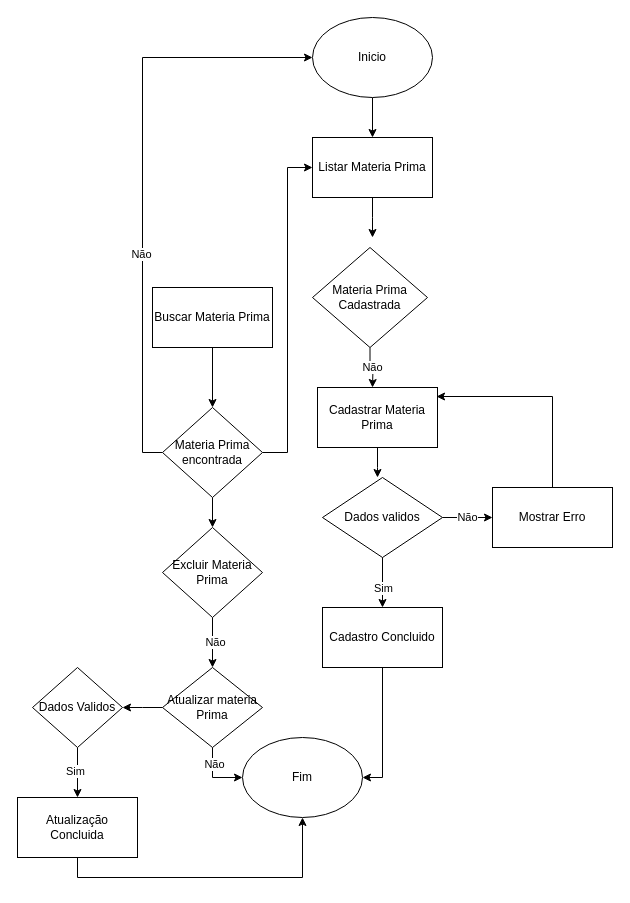
Earlier version of the draw.io diagram page "Página-3" (3 of 10) of doc/fluxograma.drawio (pati573022/avatarapp). Source tidied: cells renumbered, new cells numbered last; positions are measured from the earlier drawing's top-left corner, leaving out a move shared by most shapes. Both pictures are drawn from the tidied source at 100%, with x=0, y=0 at pixel (17, 17).
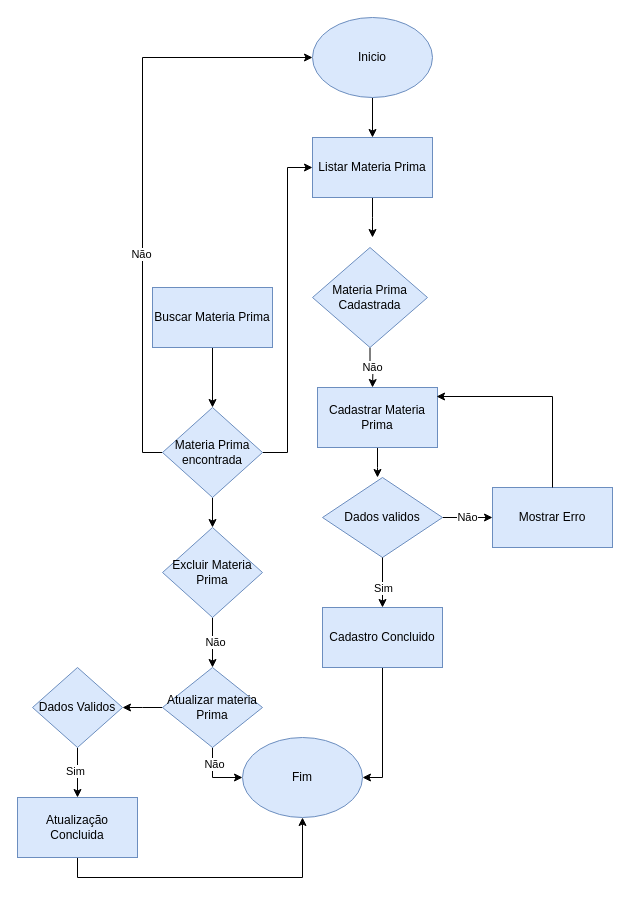
The same page after the edit.

The edit, as a diff of the source:
```diff
@@
-    <mxCell id="3" value="Inicio" style="ellipse;whiteSpace=wrap;html=1;" parent="1" vertex="1">
+    <mxCell id="3" value="Inicio" style="ellipse;whiteSpace=wrap;html=1;fillColor=#dae8fc;strokeColor=#6c8ebf;" parent="1" vertex="1">
       <mxGeometry x="295" width="120" height="80" as="geometry" />
     </mxCell>
@@
-    <mxCell id="5" value="Listar Materia Prima" style="rounded=0;whiteSpace=wrap;html=1;" parent="1" vertex="1">
+    <mxCell id="5" value="Listar Materia Prima" style="rounded=0;whiteSpace=wrap;html=1;fillColor=#dae8fc;strokeColor=#6c8ebf;" parent="1" vertex="1">
       <mxGeometry x="295" y="120" width="120" height="60" as="geometry" />
     </mxCell>
@@
-    <mxCell id="7" value="Materia Prima Cadastrada" style="rhombus;whiteSpace=wrap;html=1;" parent="1" vertex="1">
+    <mxCell id="7" value="Materia Prima Cadastrada" style="rhombus;whiteSpace=wrap;html=1;fillColor=#dae8fc;strokeColor=#6c8ebf;" parent="1" vertex="1">
       <mxGeometry x="295" y="230" width="115" height="100" as="geometry" />
     </mxCell>
@@
-    <mxCell id="9" value="Cadastrar Materia Prima" style="rounded=0;whiteSpace=wrap;html=1;" parent="1" vertex="1">
+    <mxCell id="9" value="Cadastrar Materia Prima" style="rounded=0;whiteSpace=wrap;html=1;fillColor=#dae8fc;strokeColor=#6c8ebf;" parent="1" vertex="1">
       <mxGeometry x="300" y="370" width="120" height="60" as="geometry" />
     </mxCell>
@@
-    <mxCell id="11" value="Dados validos" style="rhombus;whiteSpace=wrap;html=1;" parent="1" vertex="1">
+    <mxCell id="11" value="Dados validos" style="rhombus;whiteSpace=wrap;html=1;fillColor=#dae8fc;strokeColor=#6c8ebf;" parent="1" vertex="1">
       <mxGeometry x="305" y="460" width="120" height="80" as="geometry" />
     </mxCell>
-    <mxCell id="12" value="Mostrar Erro" style="rounded=0;whiteSpace=wrap;html=1;" parent="1" vertex="1">
+    <mxCell id="12" value="Mostrar Erro" style="rounded=0;whiteSpace=wrap;html=1;fillColor=#dae8fc;strokeColor=#6c8ebf;" parent="1" vertex="1">
       <mxGeometry x="475" y="470" width="120" height="60" as="geometry" />
     </mxCell>
@@
-    <mxCell id="17" value="Cadastro Concluido" style="rounded=0;whiteSpace=wrap;html=1;" parent="1" vertex="1">
+    <mxCell id="17" value="Cadastro Concluido" style="rounded=0;whiteSpace=wrap;html=1;fillColor=#dae8fc;strokeColor=#6c8ebf;" parent="1" vertex="1">
       <mxGeometry x="305" y="590" width="120" height="60" as="geometry" />
     </mxCell>
@@
-    <mxCell id="19" value="Buscar Materia Prima" style="rounded=0;whiteSpace=wrap;html=1;" parent="1" vertex="1">
+    <mxCell id="19" value="Buscar Materia Prima" style="rounded=0;whiteSpace=wrap;html=1;fillColor=#dae8fc;strokeColor=#6c8ebf;" parent="1" vertex="1">
       <mxGeometry x="135" y="270" width="120" height="60" as="geometry" />
     </mxCell>
@@
-    <mxCell id="24" value="Materia Prima encontrada" style="rhombus;whiteSpace=wrap;html=1;" parent="1" vertex="1">
+    <mxCell id="24" value="Materia Prima encontrada" style="rhombus;whiteSpace=wrap;html=1;fillColor=#dae8fc;strokeColor=#6c8ebf;" parent="1" vertex="1">
       <mxGeometry x="145" y="390" width="100" height="90" as="geometry" />
     </mxCell>
@@
-    <mxCell id="27" value="Excluir Materia Prima" style="rhombus;whiteSpace=wrap;html=1;" parent="1" vertex="1">
+    <mxCell id="27" value="Excluir Materia Prima" style="rhombus;whiteSpace=wrap;html=1;fillColor=#dae8fc;strokeColor=#6c8ebf;" parent="1" vertex="1">
       <mxGeometry x="145" y="510" width="100" height="90" as="geometry" />
     </mxCell>
@@
-    <mxCell id="31" value="Atualizar materia Prima" style="rhombus;whiteSpace=wrap;html=1;" parent="1" vertex="1">
+    <mxCell id="31" value="Atualizar materia Prima" style="rhombus;whiteSpace=wrap;html=1;fillColor=#dae8fc;strokeColor=#6c8ebf;" parent="1" vertex="1">
       <mxGeometry x="145" y="650" width="100" height="80" as="geometry" />
     </mxCell>
-    <mxCell id="32" value="Fim" style="ellipse;whiteSpace=wrap;html=1;" parent="1" vertex="1">
+    <mxCell id="32" value="Fim" style="ellipse;whiteSpace=wrap;html=1;fillColor=#dae8fc;strokeColor=#6c8ebf;" parent="1" vertex="1">
       <mxGeometry x="225" y="720" width="120" height="80" as="geometry" />
     </mxCell>
@@
-    <mxCell id="34" value="Atualização Concluida" style="rounded=0;whiteSpace=wrap;html=1;" parent="1" vertex="1">
+    <mxCell id="34" value="Atualização Concluida" style="rounded=0;whiteSpace=wrap;html=1;fillColor=#dae8fc;strokeColor=#6c8ebf;" parent="1" vertex="1">
       <mxGeometry y="780" width="120" height="60" as="geometry" />
     </mxCell>
@@
-    <mxCell id="37" value="Dados Validos" style="rhombus;whiteSpace=wrap;html=1;" parent="1" vertex="1">
+    <mxCell id="37" value="Dados Validos" style="rhombus;whiteSpace=wrap;html=1;fillColor=#dae8fc;strokeColor=#6c8ebf;" parent="1" vertex="1">
       <mxGeometry x="15" y="650" width="90" height="80" as="geometry" />
     </mxCell>
```
